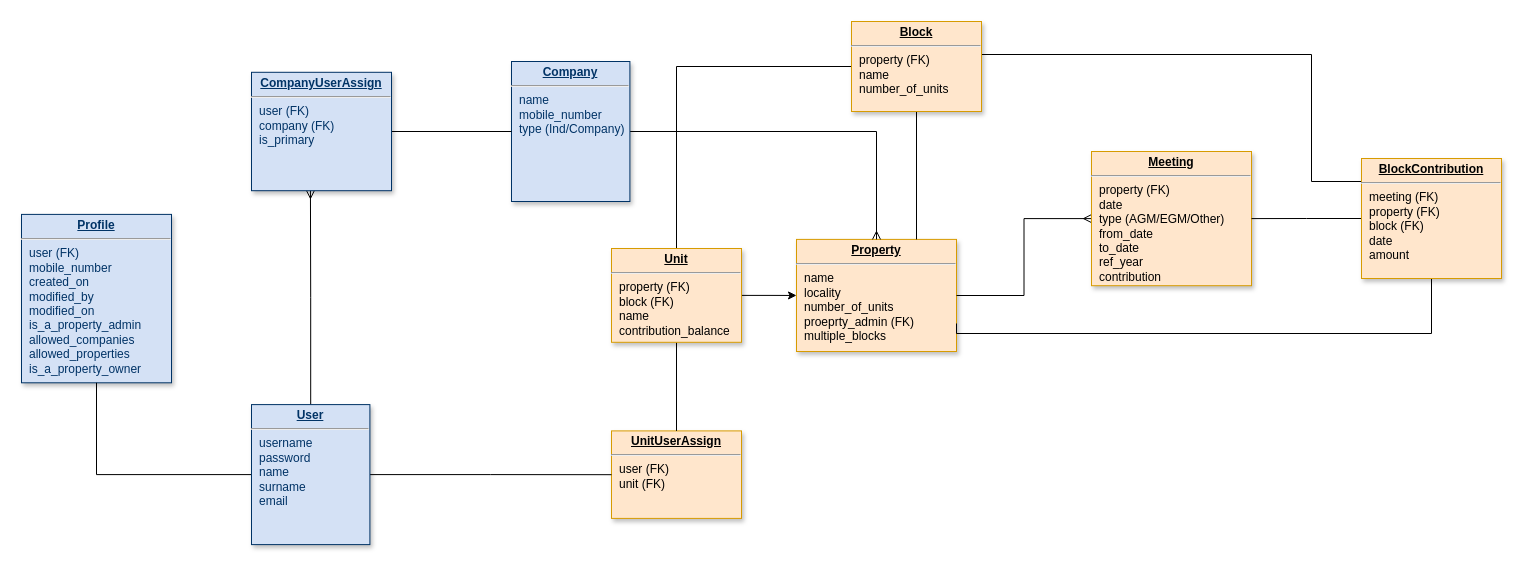
Above: Untitled Diagram.drawio in gilubilu/hello-world (draw.io), before the change. Source tidied: cells renumbered, new cells numbered last; positions are measured from the earlier drawing's top-left corner, leaving out a move shared by most shapes. Both pictures are drawn from the tidied source at 100%, with x=0, y=0 at pixel (21, 21).
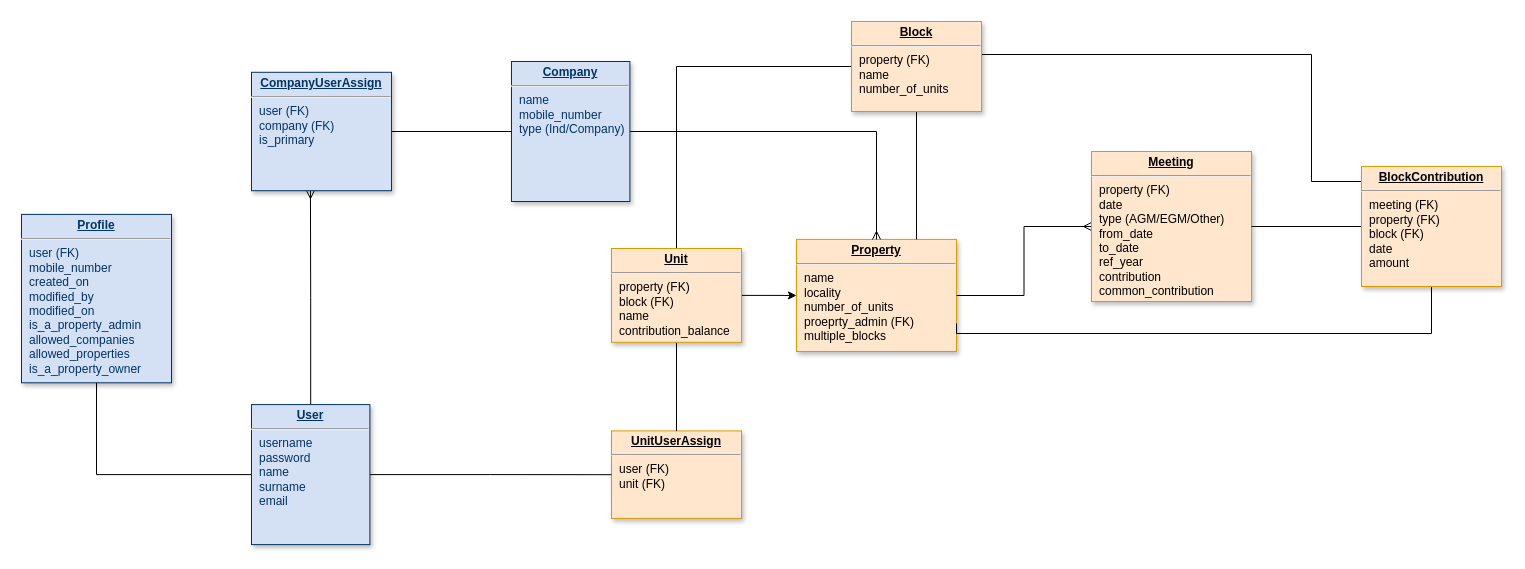
After the change.

Change to the diagram source:
```diff
@@
-    <mxCell id="18" value="&lt;p style=&quot;margin: 0px ; margin-top: 4px ; text-align: center ; text-decoration: underline&quot;&gt;&lt;strong&gt;Meeting&lt;/strong&gt;&lt;/p&gt;&lt;hr&gt;&lt;p style=&quot;margin: 0px ; margin-left: 8px&quot;&gt;property (FK)&lt;/p&gt;&lt;p style=&quot;margin: 0px ; margin-left: 8px&quot;&gt;date&lt;/p&gt;&lt;p style=&quot;margin: 0px ; margin-left: 8px&quot;&gt;type (AGM/EGM/Other)&lt;/p&gt;&lt;p style=&quot;margin: 0px ; margin-left: 8px&quot;&gt;from_date&lt;/p&gt;&lt;p style=&quot;margin: 0px ; margin-left: 8px&quot;&gt;to_date&lt;/p&gt;&lt;p style=&quot;margin: 0px ; margin-left: 8px&quot;&gt;ref_year&lt;/p&gt;&lt;p style=&quot;margin: 0px ; margin-left: 8px&quot;&gt;contribution&lt;/p&gt;" style="verticalAlign=top;align=left;overflow=fill;fontSize=12;fontFamily=Helvetica;html=1;strokeColor=#d79b00;shadow=1;fillColor=#ffe6cc;direction=west;" parent="1" vertex="1">
-      <mxGeometry x="1070" y="130" width="160" height="134.2" as="geometry" />
+    <mxCell id="18" value="&lt;p style=&quot;margin: 0px ; margin-top: 4px ; text-align: center ; text-decoration: underline&quot;&gt;&lt;strong&gt;Meeting&lt;/strong&gt;&lt;/p&gt;&lt;hr&gt;&lt;p style=&quot;margin: 0px ; margin-left: 8px&quot;&gt;property (FK)&lt;/p&gt;&lt;p style=&quot;margin: 0px ; margin-left: 8px&quot;&gt;date&lt;/p&gt;&lt;p style=&quot;margin: 0px ; margin-left: 8px&quot;&gt;type (AGM/EGM/Other)&lt;/p&gt;&lt;p style=&quot;margin: 0px ; margin-left: 8px&quot;&gt;from_date&lt;/p&gt;&lt;p style=&quot;margin: 0px ; margin-left: 8px&quot;&gt;to_date&lt;/p&gt;&lt;p style=&quot;margin: 0px ; margin-left: 8px&quot;&gt;ref_year&lt;/p&gt;&lt;p style=&quot;margin: 0px ; margin-left: 8px&quot;&gt;contribution&lt;/p&gt;&lt;p style=&quot;margin: 0px ; margin-left: 8px&quot;&gt;common_contribution&lt;/p&gt;" style="verticalAlign=top;align=left;overflow=fill;fontSize=12;fontFamily=Helvetica;html=1;strokeColor=#d79b00;shadow=1;fillColor=#ffe6cc;direction=west;" parent="1" vertex="1">
+      <mxGeometry x="1070" y="130" width="160" height="150" as="geometry" />
     </mxCell>
@@
     <mxCell id="22" value="&lt;p style=&quot;margin: 0px ; margin-top: 4px ; text-align: center ; text-decoration: underline&quot;&gt;&lt;strong&gt;BlockContribution&lt;/strong&gt;&lt;/p&gt;&lt;hr&gt;&lt;p style=&quot;margin: 0px ; margin-left: 8px&quot;&gt;meeting (FK)&lt;/p&gt;&lt;p style=&quot;margin: 0px ; margin-left: 8px&quot;&gt;property (FK)&lt;/p&gt;&lt;p style=&quot;margin: 0px ; margin-left: 8px&quot;&gt;block (FK)&lt;/p&gt;&lt;p style=&quot;margin: 0px ; margin-left: 8px&quot;&gt;date&lt;/p&gt;&lt;p style=&quot;margin: 0px ; margin-left: 8px&quot;&gt;&lt;span&gt;amount&lt;/span&gt;&lt;/p&gt;" style="verticalAlign=top;align=left;overflow=fill;fontSize=12;fontFamily=Helvetica;html=1;strokeColor=#d79b00;shadow=1;fillColor=#ffe6cc;direction=west;" parent="1" vertex="1">
-      <mxGeometry x="1340" y="137" width="140" height="120" as="geometry" />
+      <mxGeometry x="1340" y="145" width="140" height="120" as="geometry" />
     </mxCell>
```
